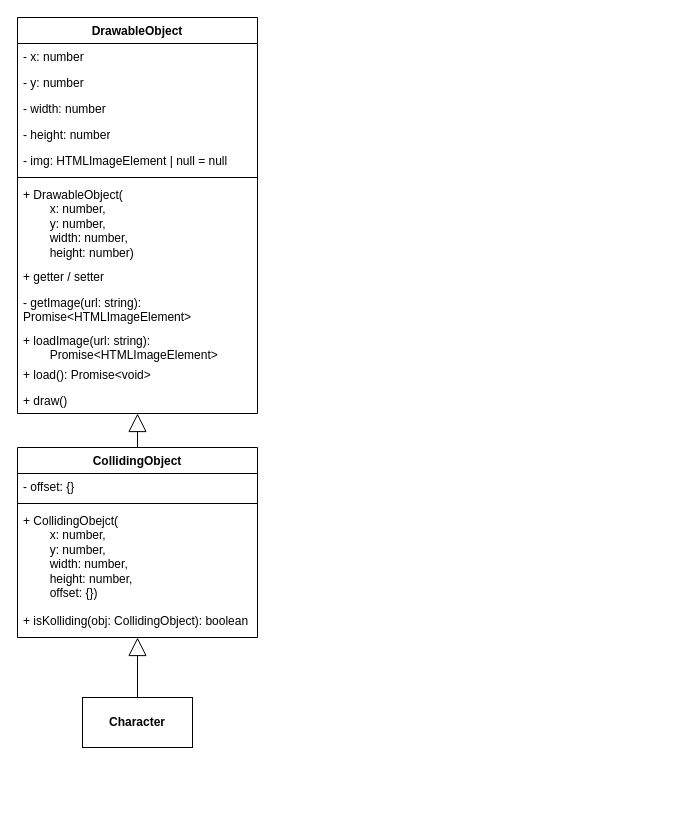
Before: docs/issue/13-diagram.drawio in elma1989/sharkie, a draw.io diagram. Source tidied: cells renumbered, new cells numbered last; positions are measured from the earlier drawing's top-left corner, leaving out a move shared by most shapes. Both pictures are drawn from the tidied source at 100%, with x=0, y=0 at pixel (17, 17).
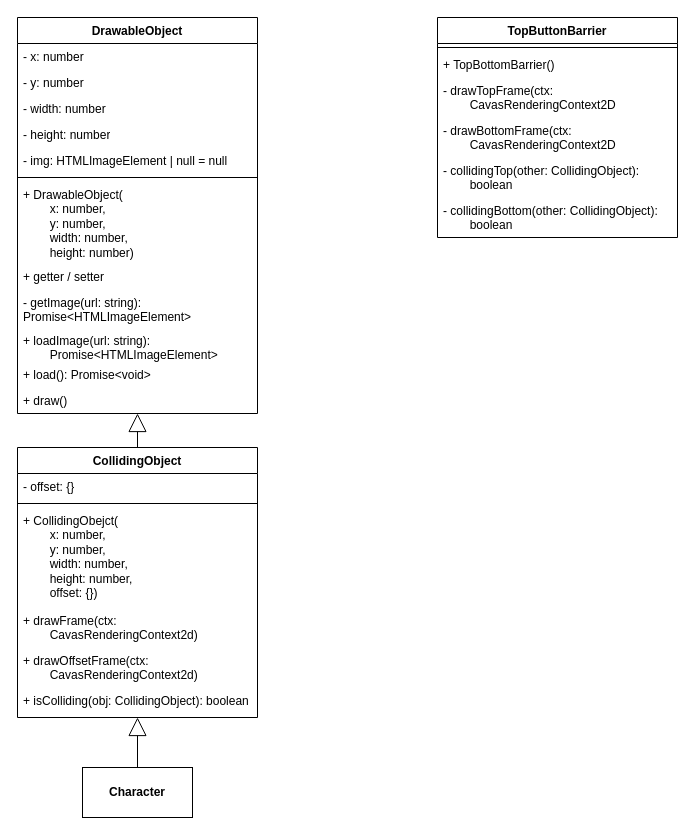
After the change.

Change to the diagram source:
```diff
@@
     <mxCell id="15" value="CollidingObject" style="swimlane;fontStyle=1;align=center;verticalAlign=top;horizontal=1;startSize=26;whiteSpace=wrap;html=1;" parent="1" vertex="1">
-      <mxGeometry y="430" width="240" height="190" as="geometry" />
+      <mxGeometry y="430" width="240" height="270" as="geometry" />
     </mxCell>
@@
+    <mxCell id="23" value="+ drawFrame(ctx:&lt;div&gt;&lt;span style=&quot;white-space: pre;&quot;&gt;&#9;&lt;/span&gt;CavasRenderingContext2d)&lt;/div&gt;" style="text;strokeColor=none;fillColor=none;align=left;verticalAlign=top;spacingLeft=4;spacingRight=4;overflow=hidden;whiteSpace=wrap;html=1;" parent="15" vertex="1">
+      <mxGeometry y="160" width="240" height="40" as="geometry" />
+    </mxCell>
+    <mxCell id="24" value="+ drawOffsetFrame(ctx:&lt;div&gt;&lt;span style=&quot;white-space: pre;&quot;&gt;&#9;&lt;/span&gt;CavasRenderingContext2d)&lt;/div&gt;" style="text;strokeColor=none;fillColor=none;align=left;verticalAlign=top;spacingLeft=4;spacingRight=4;overflow=hidden;whiteSpace=wrap;html=1;" parent="15" vertex="1">
+      <mxGeometry y="200" width="240" height="40" as="geometry" />
+    </mxCell>
-    <mxCell id="19" value="+ isKolliding(obj: CollidingObject): boolean" style="text;strokeColor=none;fillColor=none;align=left;verticalAlign=top;spacingLeft=4;spacingRight=4;overflow=hidden;whiteSpace=wrap;html=1;" parent="15" vertex="1">
-      <mxGeometry y="160" width="240" height="30" as="geometry" />
+    <mxCell id="19" value="+ isColliding(obj: CollidingObject): boolean" style="text;strokeColor=none;fillColor=none;align=left;verticalAlign=top;spacingLeft=4;spacingRight=4;overflow=hidden;whiteSpace=wrap;html=1;" parent="15" vertex="1">
+      <mxGeometry y="240" width="240" height="30" as="geometry" />
     </mxCell>
@@
     <mxCell id="21" value="&lt;b&gt;Character&lt;/b&gt;" style="html=1;whiteSpace=wrap;" parent="1" vertex="1">
-      <mxGeometry x="65" y="680" width="110" height="50" as="geometry" />
+      <mxGeometry x="65" y="750" width="110" height="50" as="geometry" />
     </mxCell>
@@
+    <mxCell id="25" value="TopButtonBarrier" style="swimlane;fontStyle=1;align=center;verticalAlign=top;horizontal=1;startSize=26;whiteSpace=wrap;html=1;" parent="1" vertex="1">
+      <mxGeometry x="420" width="240" height="220" as="geometry" />
+    </mxCell>
+    <mxCell id="26" style="line;strokeWidth=1;fillColor=none;align=left;verticalAlign=middle;spacingTop=-1;spacingLeft=3;spacingRight=3;labelPosition=right;strokeColor=inherit;" parent="25" vertex="1">
+      <mxGeometry y="26" width="240" height="8" as="geometry" />
+    </mxCell>
+    <mxCell id="27" value="+ TopBottomBarrier()" style="text;strokeColor=none;fillColor=none;align=left;verticalAlign=top;spacingLeft=4;spacingRight=4;overflow=hidden;whiteSpace=wrap;html=1;" parent="25" vertex="1">
+      <mxGeometry y="34" width="240" height="26" as="geometry" />
+    </mxCell>
+    <mxCell id="28" value="- drawTopFrame(ctx:&lt;div&gt;&lt;span style=&quot;white-space: pre;&quot;&gt;&#9;&lt;/span&gt;CavasRenderingContext2D&lt;br&gt;&lt;/div&gt;" style="text;strokeColor=none;fillColor=none;align=left;verticalAlign=top;spacingLeft=4;spacingRight=4;overflow=hidden;whiteSpace=wrap;html=1;" parent="25" vertex="1">
+      <mxGeometry y="60" width="240" height="40" as="geometry" />
+    </mxCell>
+    <mxCell id="29" value="- drawBottomFrame(ctx:&lt;div&gt;&lt;span style=&quot;white-space: pre;&quot;&gt;&#9;&lt;/span&gt;CavasRenderingContext2D&lt;br&gt;&lt;/div&gt;" style="text;strokeColor=none;fillColor=none;align=left;verticalAlign=top;spacingLeft=4;spacingRight=4;overflow=hidden;whiteSpace=wrap;html=1;" parent="25" vertex="1">
+      <mxGeometry y="100" width="240" height="40" as="geometry" />
+    </mxCell>
+    <mxCell id="30" value="- collidingTop(other: CollidingObject):&lt;div&gt;&lt;span style=&quot;white-space: pre;&quot;&gt;&#9;&lt;/span&gt;boolean&lt;br&gt;&lt;/div&gt;" style="text;strokeColor=none;fillColor=none;align=left;verticalAlign=top;spacingLeft=4;spacingRight=4;overflow=hidden;whiteSpace=wrap;html=1;" parent="25" vertex="1">
+      <mxGeometry y="140" width="240" height="40" as="geometry" />
+    </mxCell>
+    <mxCell id="31" value="- collidingBottom(other: CollidingObject):&lt;div&gt;&lt;span style=&quot;white-space: pre;&quot;&gt;&#9;&lt;/span&gt;boolean&lt;br&gt;&lt;/div&gt;" style="text;strokeColor=none;fillColor=none;align=left;verticalAlign=top;spacingLeft=4;spacingRight=4;overflow=hidden;whiteSpace=wrap;html=1;" parent="25" vertex="1">
+      <mxGeometry y="180" width="240" height="40" as="geometry" />
+    </mxCell>
```
